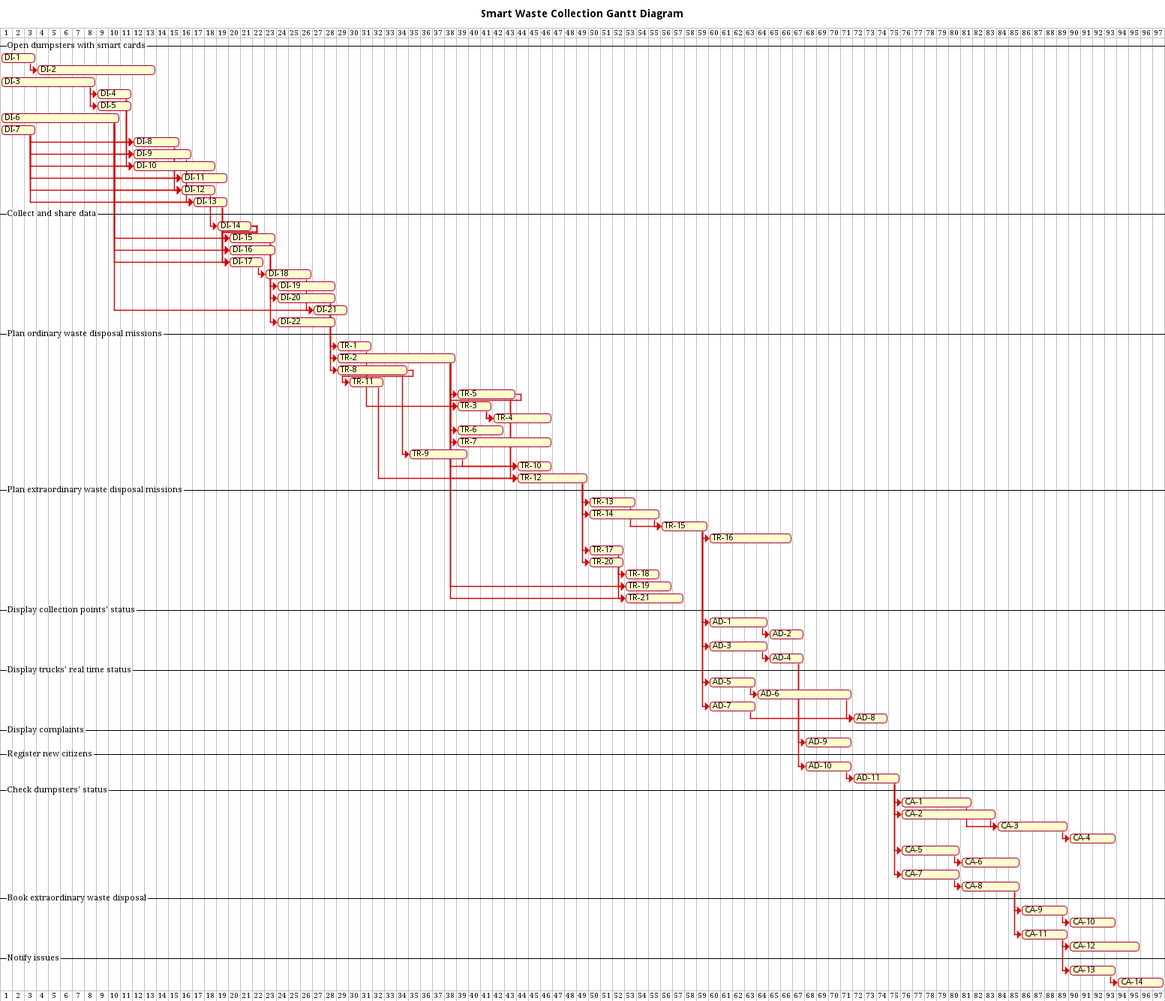
This is img/gantt.pm.png from SmartWasteCollection/project-management, a PlantUML export, as it was before one commit. Its diagram source:
```plantuml
@startgantt
!include ../metamodels/gantt.iuml
<style>
ganttDiagram {
    arrow {
        LineColor transparent
    }
}
</style>

title Smart Waste Collection Gantt Diagram
!define requirement DI

--Open dumpsters with smart cards--
task(1, 3)
task(2, 10)

endtostart(1, 2)

task(3, 8)
task(4, 3)
task(5, 3)

endtostart(3, 4)
endtostart(3, 5)

task(6, 10)

task(7, 3)
task(8, 4)
task(9, 5)

endtostart(6, 8)
endtostart(6, 9)
endtostart(7, 8)
endtostart(7, 9)

task(10, 7)
task(11, 4)
task(12, 3)
task(13, 3)

endtostart(6, 10)
endtostart(6, 11)
endtostart(6, 12)
endtostart(6, 13)
endtostart(7, 10)
endtostart(7, 11)
endtostart(7, 12)
endtostart(7, 13)

endtostart(4, 8)
endtostart(4, 9)
endtostart(4, 10)
endtostart(8, 11)
endtostart(8, 12)
endtostart(9, 13)

--Collect and share data--

task(14, 3)
task(15, 4)
task(16, 4)

endtostart(6, 15)
endtostart(6, 16)
endtostart(14, 15)
endtostart(14, 16)

task(17, 3)
task(18, 4)

endtostart(14, 17)
endtostart(6, 17)
endtostart(13, 17)
endtostart(17, 18)

task(19, 5)
task(20, 5)

task(21, 3)
task(22, 5)

endtostart(6, 21)

endtostart(12, 14)
endtostart(13, 15)
endtostart(13, 16)
endtostart(15, 19)
endtostart(15, 20)
endtostart(18, 21)
endtostart(15, 22)

!define requirement TR
--Plan ordinary waste disposal missions--

endtostart(DI, 20, TR, 1)
endtostart(DI, 20, TR, 2)
endtostart(DI, 20, TR, 8)
endtostart(TR, 8, TR, 11)
endtostart(5, 3)
endtostart(3, 4)

task(1, 3)
task(2, 10)
task(3, 3)
task(4, 5)
task(5, 5)

endtostart(1, 3)
endtostart(2, 3)
endtostart(3, 4)
endtostart(2, 5)

task(6, 4)
task(7, 8)
task(8, 6)
task(9, 5)
task(10, 3)

endtostart(8, 9)
endtostart(2, 6)
endtostart(2, 7)
endtostart(2, 10)
endtostart(9, 10)

task(11, 3)
task(12, 6)

endtostart(2, 12)
endtostart(11, 12)

endtostart(5, 10)
endtostart(5, 12)

--Plan extraordinary waste disposal missions--

task(13, 4)
task(14, 6)

task(15, 4)
task(16, 7)

endtostart(12, 13)
endtostart(12, 14)
endtostart(12, 17)
endtostart(12, 20)
endtostart(14, 15)
endtostart(13, 15)
endtostart(15, 16)

task(17, 3)
task(18, 3)
task(19, 4)

endtostart(2, 19)
endtostart(17, 18)
endtostart(17, 19)

task(20, 3)
task(21, 5)

endtostart(2, 21)
endtostart(20, 21)


!define requirement AD

--Display collection points' status--

task(1, 5)
task(2, 3)

endtostart(TR, 15, AD, 1)
endtostart(1, 2)

task(3, 5)
task(4, 3)

endtostart(TR, 15, AD, 3)
endtostart(3, 4)

--Display trucks' real time status--

task(5, 4)
task(6, 8)

endtostart(TR, 15, AD, 5)
endtostart(5, 6)

task(7, 4)
task(8, 3)

endtostart(TR, 15, AD, 7)
endtostart(6, 8)
endtostart(7, 8)

--Display complaints--

task(9, 4)

--Register new citizens--

task(10, 4)
task(11, 4)

endtostart(4, 9)
endtostart(4, 10)
endtostart(10, 11)

!define requirement CA

--Check dumpsters' status--

task(1, 6)
task(2, 8)
task(3, 6)
task(4, 4)

endtostart(AD, 11, CA, 1)
endtostart(AD, 11, CA, 2)
endtostart(1, 3)
endtostart(2, 3)
endtostart(3, 4)

task(5, 5)
task(6, 5)
task(7, 5)
task(8, 5)

endtostart(AD, 11, CA, 5)
endtostart(AD, 11, CA, 7)
endtostart(5, 6)
endtostart(7, 8)

--Book extraordinary waste disposal--

task(9, 4)
task(10, 4)

endtostart(8, 9)
endtostart(9, 10)

task(11, 4)
task(12, 6)

endtostart(8, 11)
endtostart(11, 12)

--Notify issues--

task(13, 4)
task(14, 4)

endtostart(11, 13)
endtostart(13, 14)

@endgantt
```
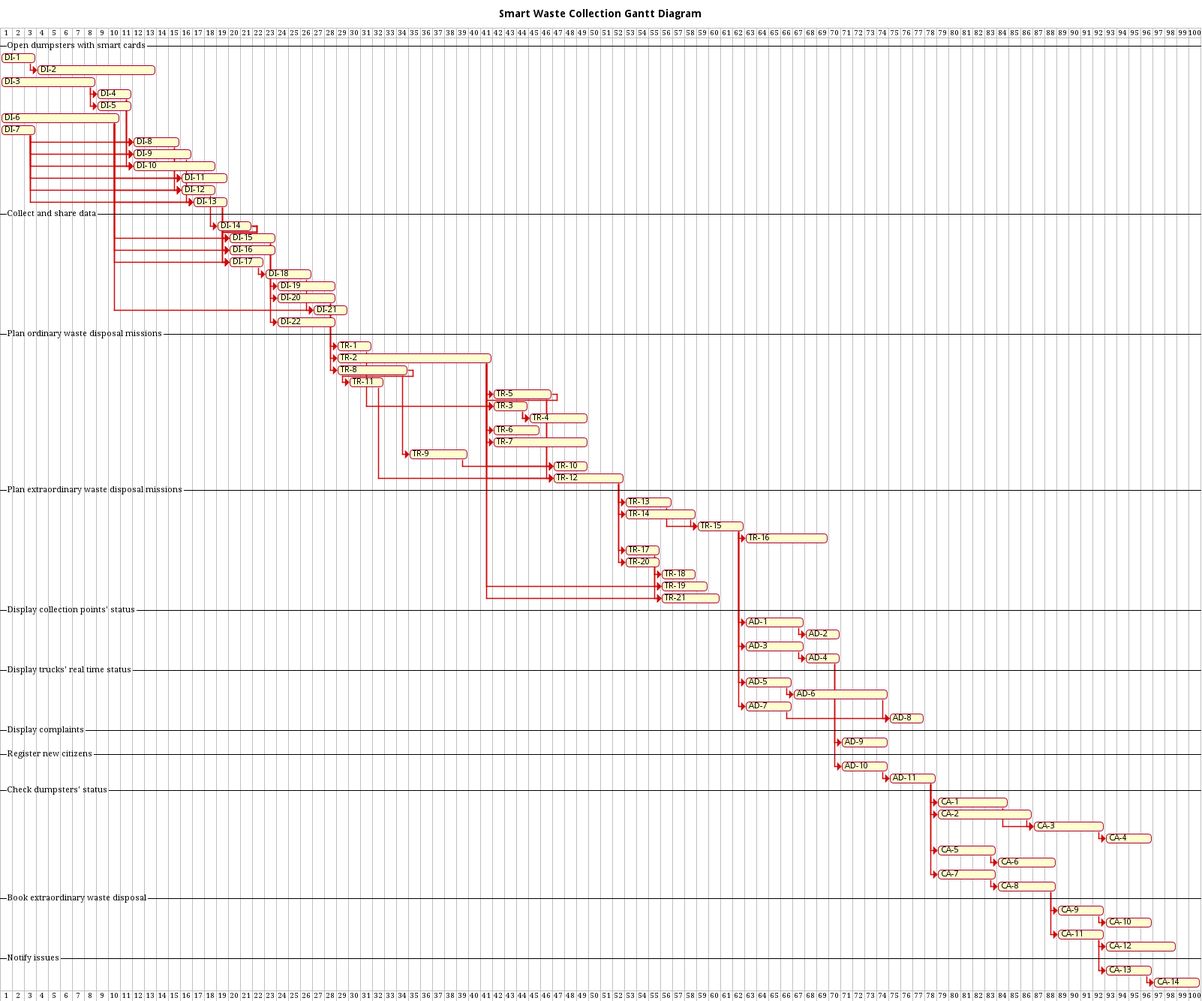
After the change.

Commit message:
docs(uml): generate PNG files for PlantUML diagrams

Diff of the diagram source:
```diff
@@ -102,7 +102,7 @@
 endtostart(3, 4)
 
 task(1, 3)
-task(2, 10)
+task(2, 13)
 task(3, 3)
 task(4, 5)
 task(5, 5)
```
